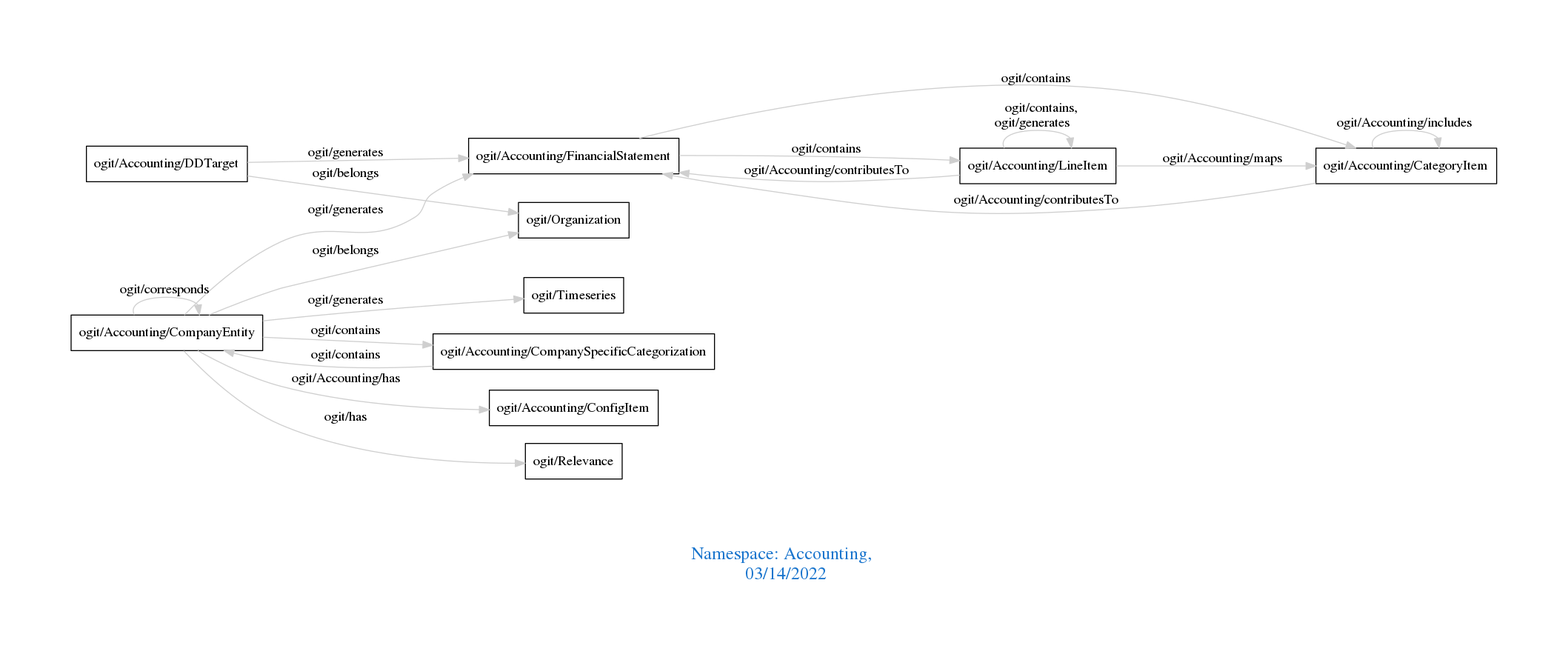
The Graphviz diagram downloads/Accounting.png in arago/OGIT, before a commit. Its source is kept beside it as downloads/Accounting.dot.
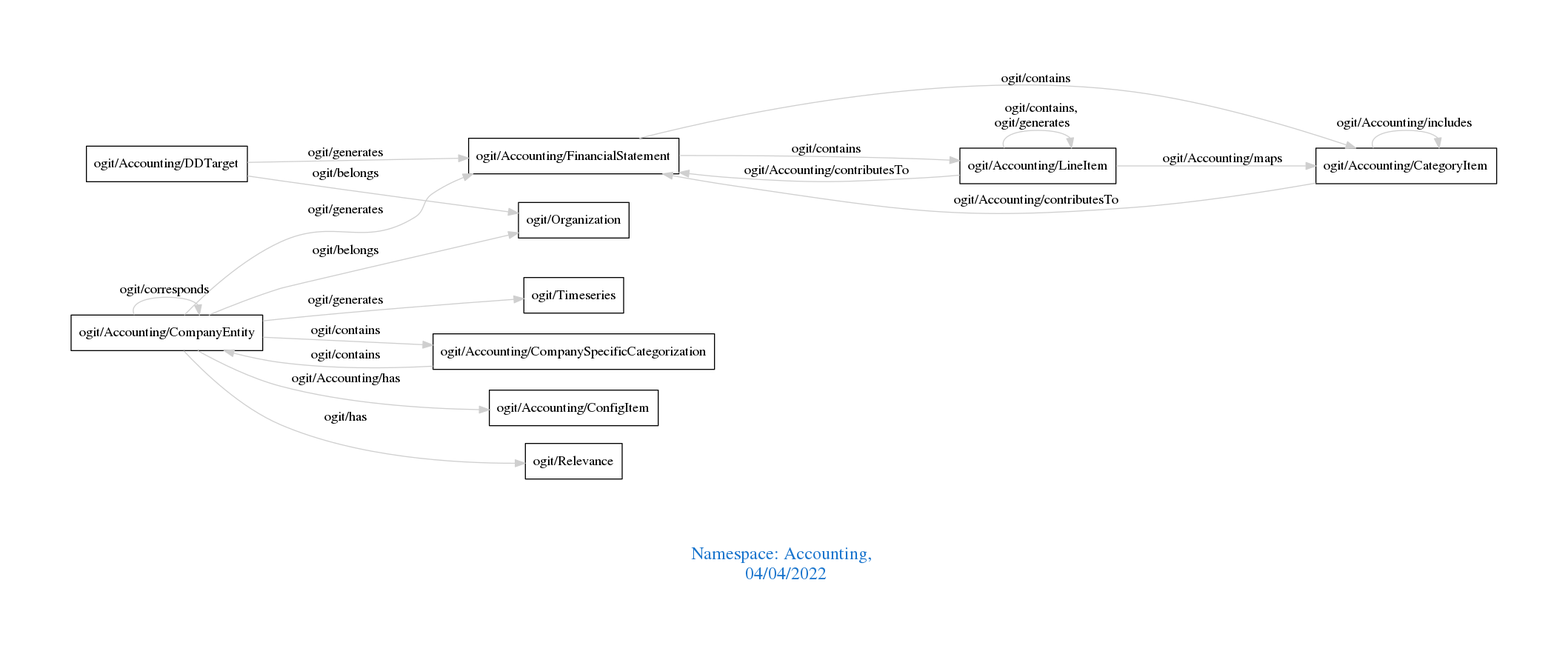
Later version of the same file.

Change to the diagram source:
```diff
@@ -1,7 +1,7 @@
 digraph OGIT_ontology {
  graph [ rankdir= LR,pad=1
 fontsize = 18,
-fontcolor= dodgerblue3,label = "\n\n\nNamespace: Accounting, \n 03/14/2022"];
+fontcolor= dodgerblue3,label = "\n\n\nNamespace: Accounting, \n 04/04/2022"];
 node[shape=polygon];
 edge [  color="gray81"];
 
```
